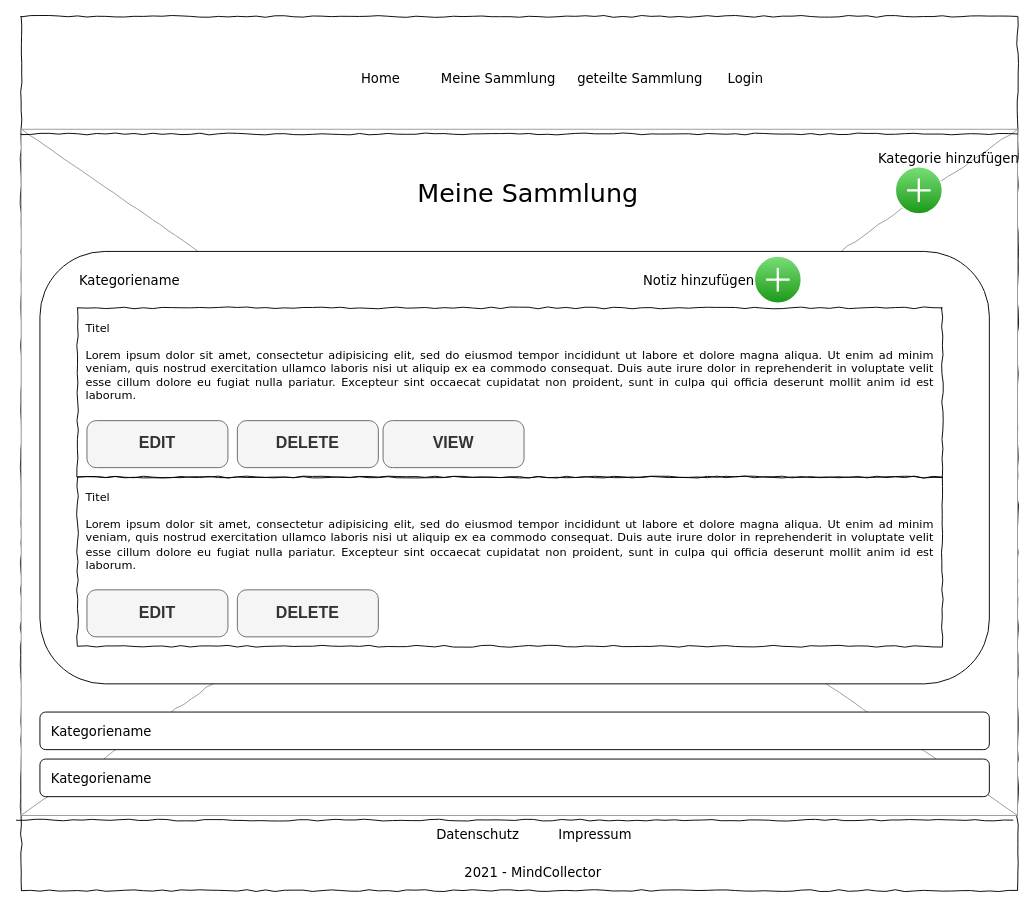
This is page "Meine Notizen" (1 of 10) of Mockup/mockups.drawio from MindCollector-Softwareprojekt2021/MindCollector, a draw.io file, before an edit. Source tidied: cells renumbered, new cells numbered last; positions are measured from the earlier drawing's top-left corner, leaving out a move shared by most shapes. Both pictures are drawn from the tidied source at 94%, with x=0, y=0 at pixel (16, 16).
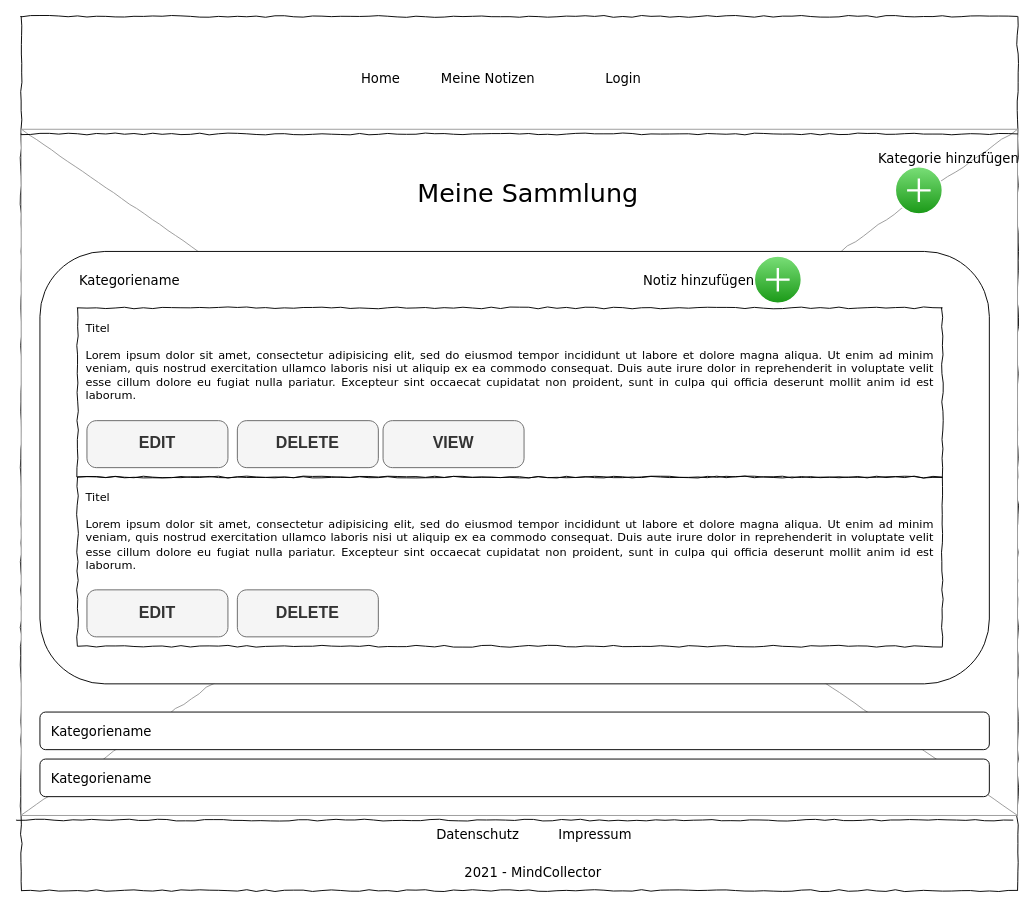
The same page after the edit.

Change to the diagram source:
```diff
@@
-    <mxCell id="6" value="Meine Sammlung" style="text;html=1;align=left;verticalAlign=top;spacingTop=-4;fontSize=14;fontFamily=Verdana;" parent="1" vertex="1">
+    <mxCell id="6" value="Meine Notizen" style="text;html=1;align=left;verticalAlign=top;spacingTop=-4;fontSize=14;fontFamily=Verdana;" parent="1" vertex="1">
       <mxGeometry x="450" y="55" width="90" height="20" as="geometry" />
     </mxCell>
@@
-    <mxCell id="14" value="geteilte Sammlung" style="text;html=1;align=left;verticalAlign=top;spacingTop=-4;fontSize=14;fontFamily=Verdana;" parent="1" vertex="1">
-      <mxGeometry x="595" y="55" width="90" height="20" as="geometry" />
-    </mxCell>
     <mxCell id="15" value="Login" style="text;html=1;align=left;verticalAlign=top;spacingTop=-4;fontSize=14;fontFamily=Verdana;" parent="1" vertex="1">
-      <mxGeometry x="755" y="55" width="90" height="20" as="geometry" />
+      <mxGeometry x="625" y="55" width="90" height="20" as="geometry" />
     </mxCell>
```
